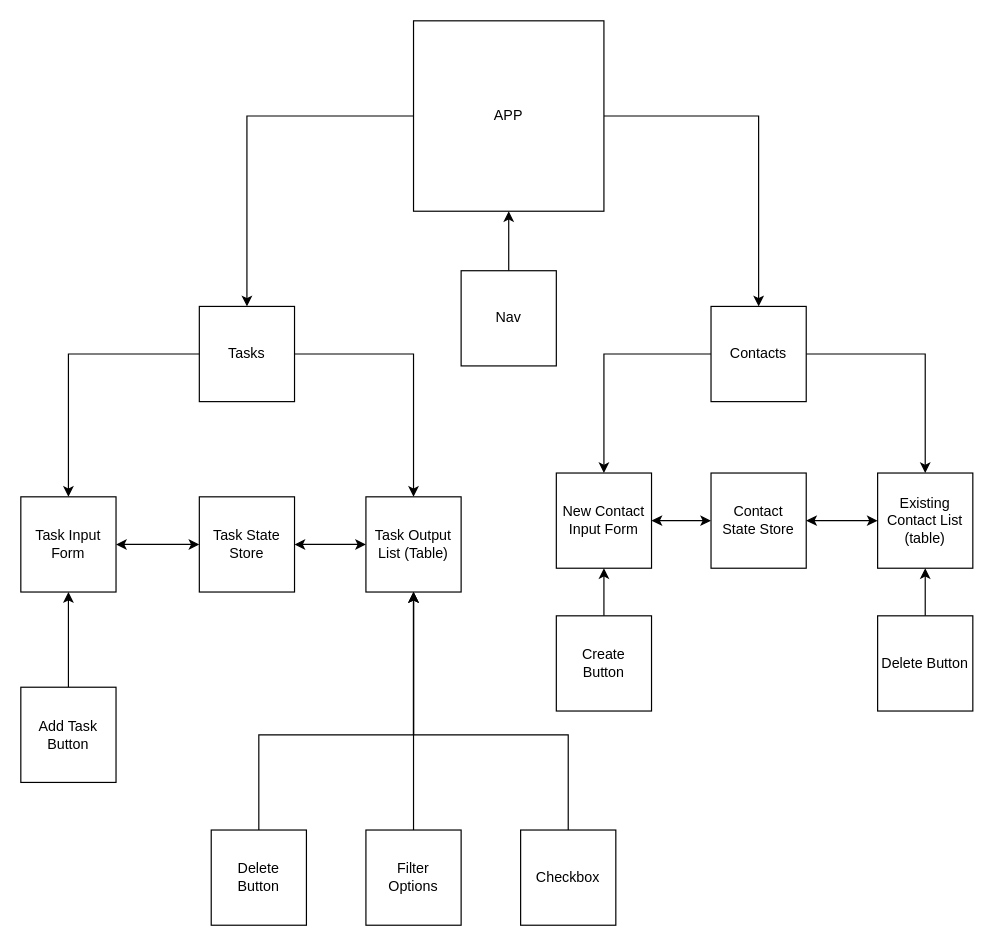
Before: deliverables/treemap.drawio in billy-need/project03, a draw.io diagram. Source tidied: cells renumbered, new cells numbered last; positions are measured from the earlier drawing's top-left corner, leaving out a move shared by most shapes. Both pictures are drawn from the tidied source at 119%, with x=0, y=0 at pixel (20, 20).
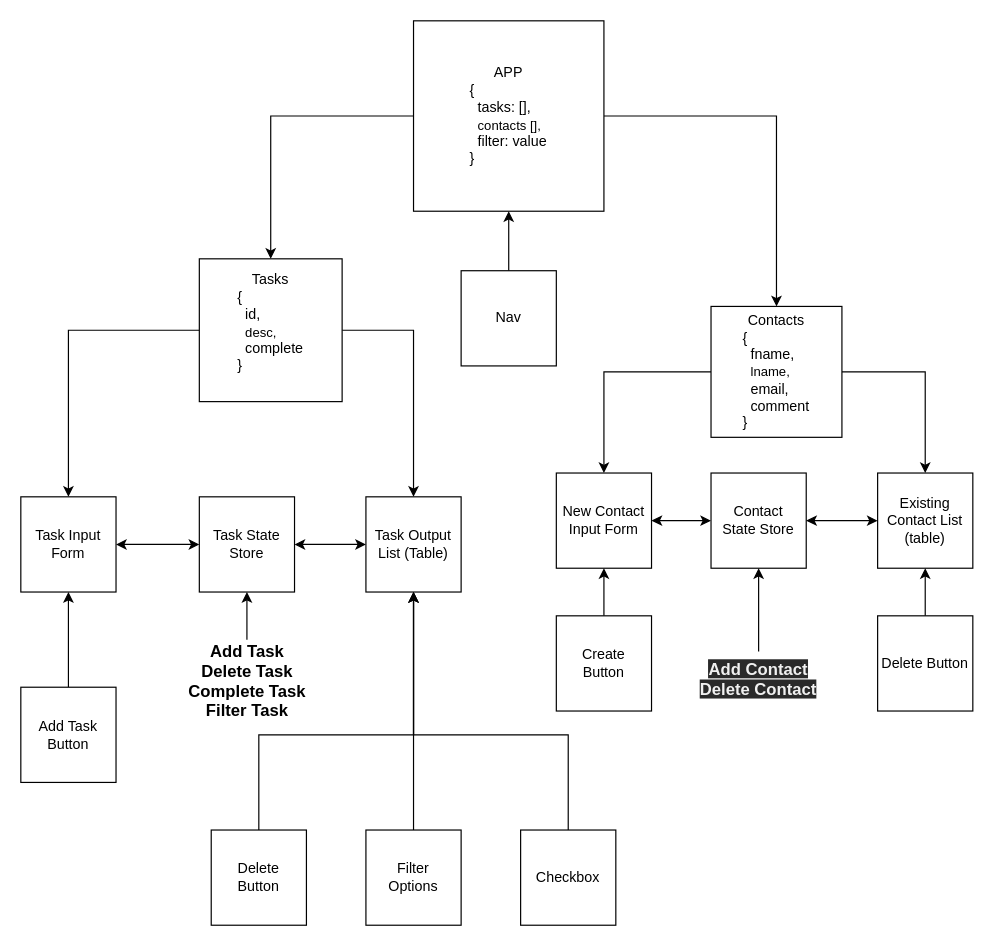
After the change.

Unchanged cells that the change refers to:
```xml
<mxCell id="8" value="Task State&lt;br&gt;Store" style="whiteSpace=wrap;html=1;" parent="1" vertex="1">
  <mxGeometry x="150" y="400" width="80" height="80" as="geometry" />
</mxCell>
<mxCell id="28" value="Contact&lt;br&gt;State Store" style="whiteSpace=wrap;html=1;" parent="1" vertex="1">
  <mxGeometry x="580" y="380" width="80" height="80" as="geometry" />
</mxCell>
```

The edit, as a diff of the source:
```diff
@@
-    <mxCell id="4" value="APP" style="whiteSpace=wrap;html=1;" parent="1" vertex="1">
+    <mxCell id="4" value="APP&lt;br&gt;&lt;div style=&quot;text-align: left&quot;&gt;{&lt;/div&gt;&lt;div style=&quot;text-align: left&quot;&gt;&amp;nbsp; tasks: [],&lt;/div&gt;&lt;div style=&quot;text-align: left&quot;&gt;&amp;nbsp;&amp;nbsp;&lt;span style=&quot;font-size: 11px&quot;&gt;contacts [],&lt;/span&gt;&lt;/div&gt;&lt;p style=&quot;margin: 0in&quot;&gt;&lt;/p&gt;&lt;div style=&quot;text-align: left&quot;&gt;&amp;nbsp; filter:&amp;nbsp;value&lt;/div&gt;&lt;div style=&quot;text-align: left&quot;&gt;}&lt;/div&gt;" style="whiteSpace=wrap;html=1;" parent="1" vertex="1">
       <mxGeometry x="330" width="160" height="160" as="geometry" />
     </mxCell>
@@
-    <mxCell id="7" value="Tasks" style="whiteSpace=wrap;html=1;" parent="1" vertex="1">
-      <mxGeometry x="150" y="240" width="80" height="80" as="geometry" />
+    <mxCell id="7" value="Tasks&lt;br&gt;&lt;p style=&quot;margin: 0in&quot;&gt;&lt;/p&gt;&lt;div style=&quot;text-align: left&quot;&gt;&lt;span&gt;{&lt;/span&gt;&lt;/div&gt;&lt;div style=&quot;text-align: left&quot;&gt;&lt;span&gt;&amp;nbsp; id&lt;/span&gt;&lt;span&gt;,&lt;/span&gt;&lt;/div&gt;&lt;div style=&quot;text-align: left&quot;&gt;&lt;span&gt;&amp;nbsp;&amp;nbsp;&lt;/span&gt;&lt;span style=&quot;font-size: 11px&quot;&gt;desc,&lt;/span&gt;&lt;/div&gt;&lt;p style=&quot;margin: 0in&quot;&gt;&lt;/p&gt;&lt;div style=&quot;text-align: left&quot;&gt;&lt;span&gt;&amp;nbsp; complete&lt;/span&gt;&lt;/div&gt;&lt;div style=&quot;text-align: left&quot;&gt;&lt;span&gt;}&lt;/span&gt;&lt;/div&gt;&lt;p&gt;&lt;/p&gt;" style="whiteSpace=wrap;html=1;" parent="1" vertex="1">
+      <mxGeometry x="150" y="200" width="120" height="120" as="geometry" />
     </mxCell>
@@
-    <mxCell id="11" value="Contacts" style="whiteSpace=wrap;html=1;" parent="1" vertex="1">
-      <mxGeometry x="580" y="240" width="80" height="80" as="geometry" />
+    <mxCell id="11" value="Contacts&lt;br&gt;&lt;p style=&quot;margin: 0in&quot;&gt;&lt;/p&gt;&lt;div style=&quot;text-align: left&quot;&gt;{&lt;/div&gt;&lt;div style=&quot;text-align: left&quot;&gt;&amp;nbsp; fname,&lt;/div&gt;&lt;div style=&quot;text-align: left&quot;&gt;&lt;span&gt;&amp;nbsp;&amp;nbsp;&lt;/span&gt;&lt;span style=&quot;font-size: 11px&quot;&gt;lname,&lt;/span&gt;&lt;/div&gt;&lt;p style=&quot;margin: 0in&quot;&gt;&lt;/p&gt;&lt;div style=&quot;text-align: left&quot;&gt;&amp;nbsp; email,&lt;/div&gt;&lt;div style=&quot;text-align: left&quot;&gt;&amp;nbsp; comment&lt;/div&gt;&lt;div style=&quot;text-align: left&quot;&gt;}&lt;/div&gt;" style="whiteSpace=wrap;html=1;" parent="1" vertex="1">
+      <mxGeometry x="580" y="240" width="110" height="110" as="geometry" />
     </mxCell>
@@
+    <mxCell id="35" value="&lt;b style=&quot;font-size: 14px&quot;&gt;Add Task&lt;br&gt;Delete Task&lt;br&gt;Complete Task&lt;br&gt;Filter Task&lt;/b&gt;" style="text;html=1;align=center;verticalAlign=middle;" parent="1" vertex="1">
+      <mxGeometry x="135" y="525" width="110" height="60" as="geometry" />
+    </mxCell>
+    <mxCell id="36" style="edgeStyle=orthogonalEdgeStyle;rounded=0;jettySize=auto;html=1;exitX=0.5;exitY=0;exitDx=0;exitDy=0;entryX=0.5;entryY=1;entryDx=0;entryDy=0;" parent="1" edge="1" source="37" target="28">
+      <mxGeometry relative="1" as="geometry" />
+    </mxCell>
+    <mxCell id="37" value="&lt;b style=&quot;color: rgb(240 , 240 , 240) ; font-family: &amp;#34;helvetica&amp;#34; ; font-style: normal ; letter-spacing: normal ; text-indent: 0px ; text-transform: none ; word-spacing: 0px ; background-color: rgb(42 , 42 , 42) ; font-size: 14px&quot;&gt;Add Contact&lt;br&gt;Delete Contact&lt;/b&gt;" style="text;whiteSpace=wrap;html=1;align=center;" parent="1" vertex="1">
+      <mxGeometry x="560" y="530" width="120" height="50" as="geometry" />
+    </mxCell>
+    <mxCell id="38" style="endArrow=classic;html=1;entryX=0.5;entryY=1;entryDx=0;entryDy=0;" parent="1" edge="1" target="8">
+      <mxGeometry relative="1" as="geometry">
+        <mxPoint x="190" y="520" as="sourcePoint" />
+      </mxGeometry>
+    </mxCell>
```
